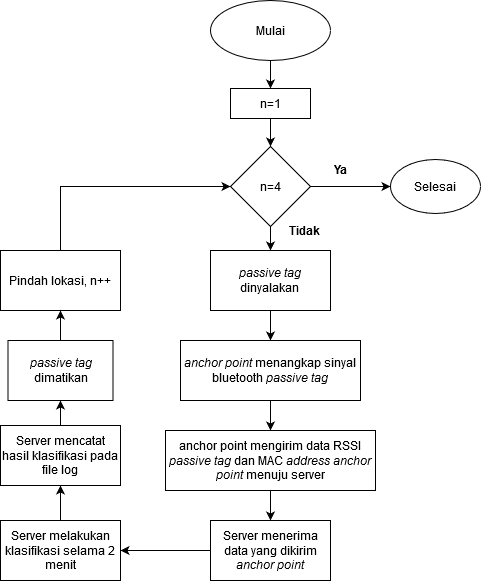
This is GAMBAR/Alur pengujian 1 (akurasi umum).png from hasbi12muhammad/skripsi-indoorLocalization, a draw.io export, as it was before one commit. Source tidied: cells renumbered, new cells last; positions are measured from the earlier drawing's top-left corner, leaving out a move shared by most shapes.
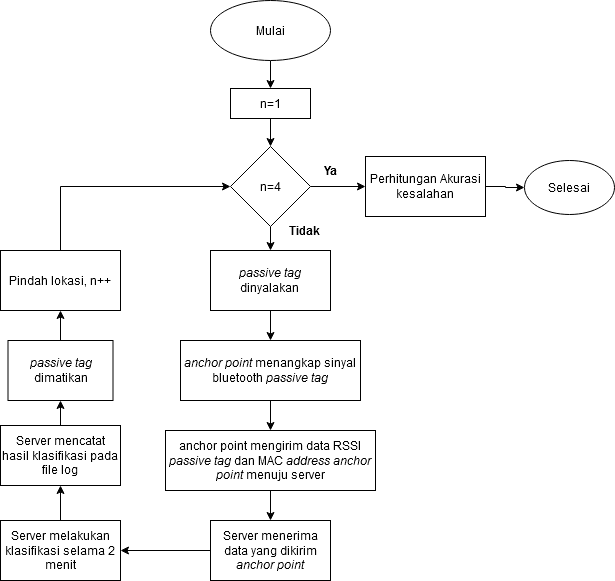
The same diagram one commit later.

Commit message:
tambahan di bab 4

Change to the diagram source:
```diff
@@ -17,11 +17,9 @@
     <mxCell id="6" style="edgeStyle=orthogonalEdgeStyle;rounded=0;jettySize=auto;html=1;" parent="1" edge="1" source="8" target="10">
       <mxGeometry relative="1" as="geometry" />
     </mxCell>
-    <mxCell id="7" style="edgeStyle=orthogonalEdgeStyle;rounded=0;jettySize=auto;html=1;" parent="1" edge="1" source="8">
-      <mxGeometry relative="1" as="geometry">
-        <mxPoint x="390" y="186" as="targetPoint" />
-      </mxGeometry>
-    </mxCell>
+    <mxCell id="28" style="edgeStyle=orthogonalEdgeStyle;rounded=0;jettySize=auto;html=1;" parent="1" edge="1" source="8" target="30">
+      <mxGeometry relative="1" as="geometry" />
+    </mxCell>
     <mxCell id="8" value="n=4" style="rhombus;whiteSpace=wrap;html=1;" parent="1" vertex="1">
       <mxGeometry x="230" y="146" width="80" height="80" as="geometry" />
     </mxCell>
@@ -68,10 +66,10 @@
       <mxGeometry y="250" width="120" height="60" as="geometry" />
     </mxCell>
     <mxCell id="23" value="Selesai" style="ellipse;whiteSpace=wrap;html=1;" parent="1" vertex="1">
-      <mxGeometry x="390" y="159" width="90" height="54" as="geometry" />
+      <mxGeometry x="524" y="160" width="90" height="54" as="geometry" />
     </mxCell>
     <mxCell id="24" value="Ya" style="text;html=1;strokeColor=none;fillColor=none;align=center;verticalAlign=middle;whiteSpace=wrap;rounded=0;fontStyle=1;" parent="1" vertex="1">
-      <mxGeometry x="320" y="159" width="40" height="20" as="geometry" />
+      <mxGeometry x="310" y="160" width="40" height="20" as="geometry" />
     </mxCell>
     <mxCell id="25" value="Tidak" style="text;html=1;strokeColor=none;fillColor=none;align=center;verticalAlign=middle;whiteSpace=wrap;rounded=0;fontStyle=1;" parent="1" vertex="1">
       <mxGeometry x="284" y="220" width="40" height="20" as="geometry" />
@@ -82,5 +80,11 @@
     <mxCell id="27" value="&lt;i&gt;passive tag&lt;/i&gt; dimatikan " style="rounded=0;whiteSpace=wrap;html=1;fontStyle=0;" parent="1" vertex="1">
       <mxGeometry x="7.5" y="340" width="105" height="60" as="geometry" />
     </mxCell>
+    <mxCell id="29" style="edgeStyle=orthogonalEdgeStyle;rounded=0;jettySize=auto;html=1;" parent="1" edge="1" source="30" target="23">
+      <mxGeometry relative="1" as="geometry" />
+    </mxCell>
+    <mxCell id="30" value="Perhitungan Akurasi kesalahan" style="rounded=0;whiteSpace=wrap;html=1;" parent="1" vertex="1">
+      <mxGeometry x="365" y="156" width="120" height="60" as="geometry" />
+    </mxCell>
   </root>
 </mxGraphModel>
```
